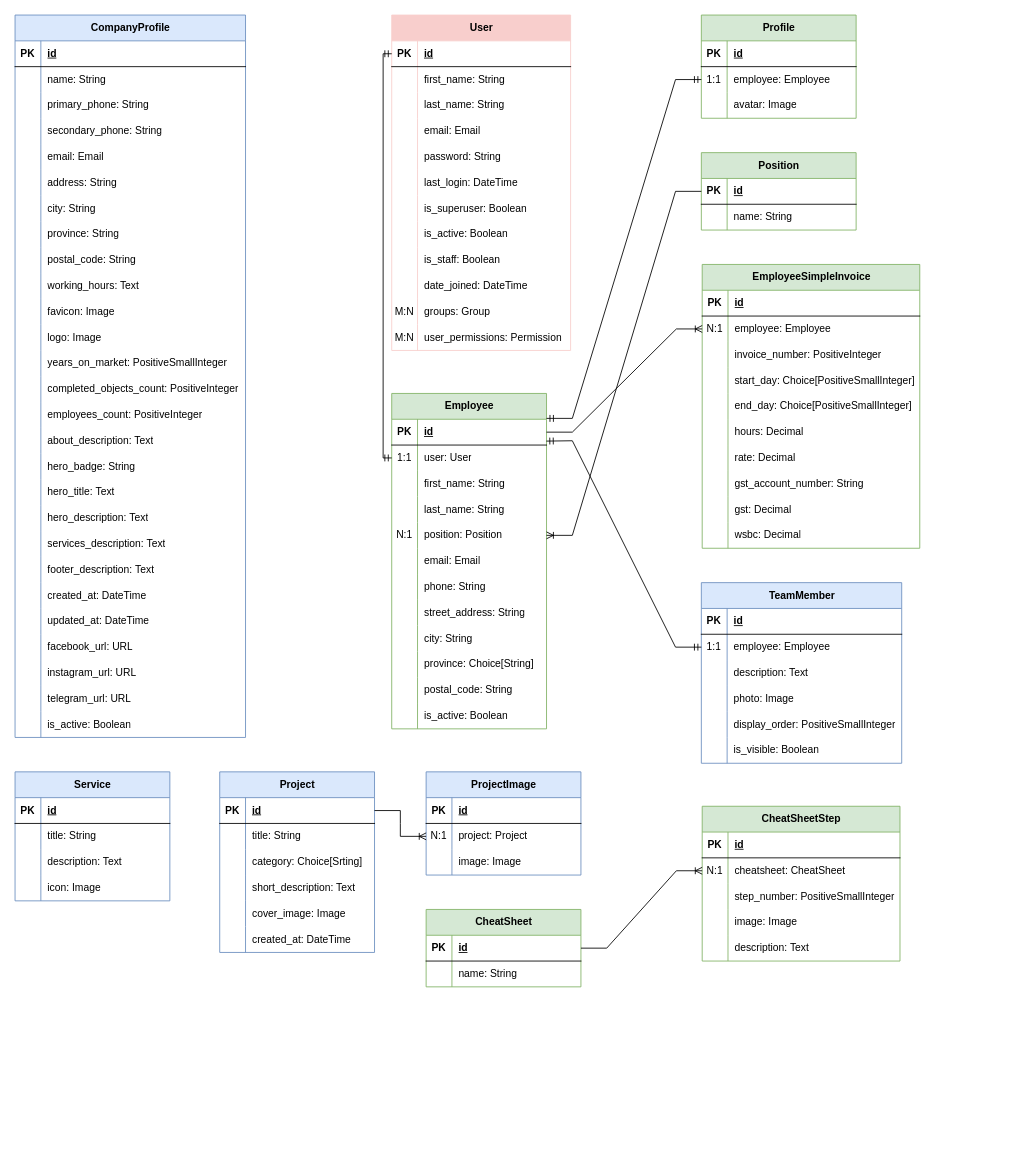
Before: diagrams.drawio in Ananiev-Vitalii/Erbauer-Inc, a draw.io diagram. Source tidied: cells renumbered, new cells numbered last; positions are measured from the earlier drawing's top-left corner, leaving out a move shared by most shapes. Both pictures are drawn from the tidied source at 86%, with x=0, y=0 at pixel (15, 15).
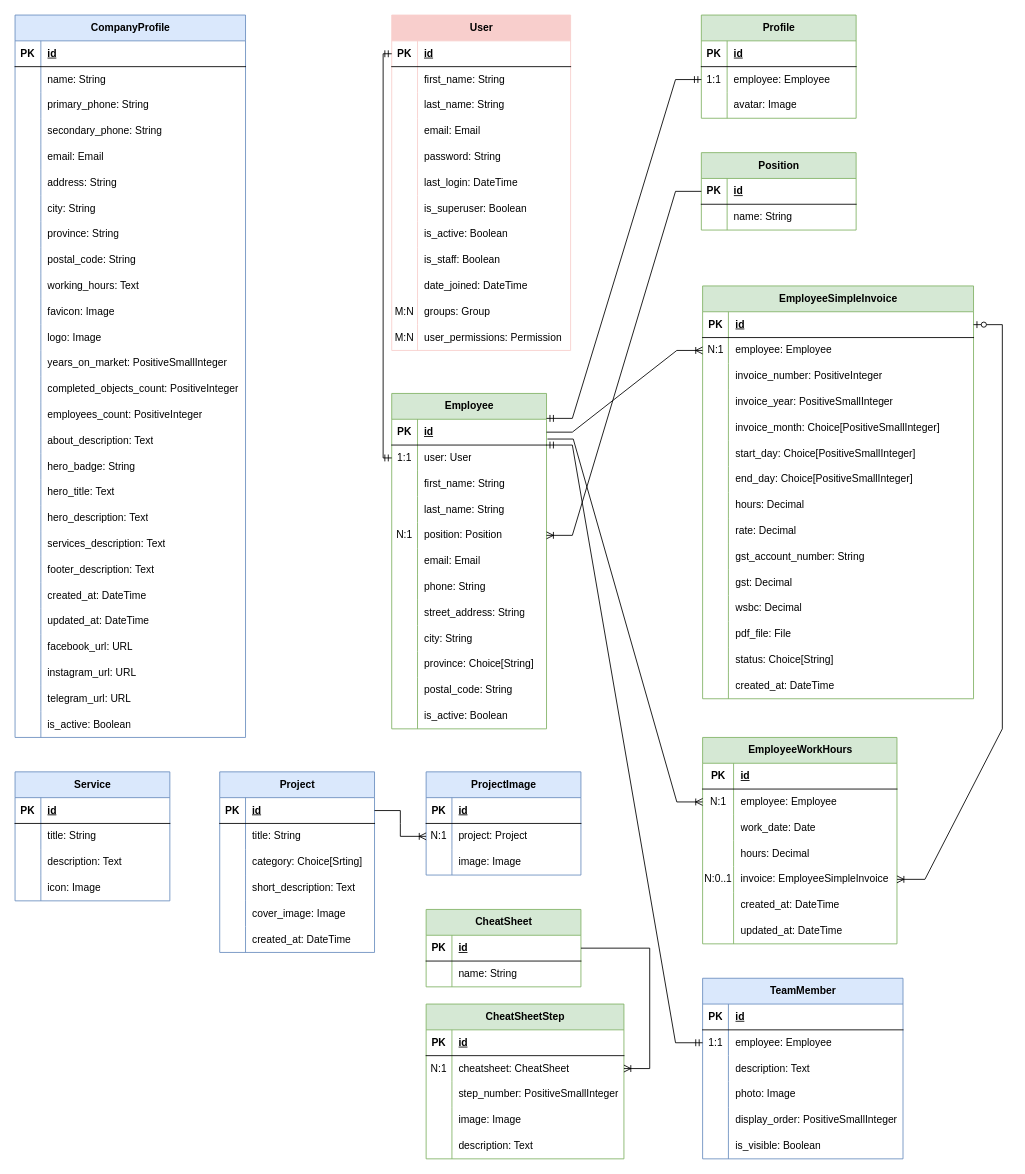
The same page after the edit.

The change refers to these unchanged cells:
```xml
<mxCell id="125" style="shape=tableRow;horizontal=0;startSize=0;swimlaneHead=0;swimlaneBody=0;fillColor=none;points=[[0,0.5],[1,0.5]];portConstraint=eastwest;top=0;left=0;right=0;bottom=0;" parent="121" vertex="1">
  <mxGeometry y="60" width="233" height="30" as="geometry" />
</mxCell>
<mxCell id="191" style="shape=tableRow;horizontal=0;startSize=0;swimlaneHead=0;swimlaneBody=0;fillColor=none;points=[[0,0.5],[1,0.5]];portConstraint=eastwest;top=0;left=0;right=0;bottom=1;" parent="190" vertex="1">
  <mxGeometry y="30" width="180" height="30" as="geometry" />
</mxCell>
<mxCell id="274" style="shape=tableRow;horizontal=0;startSize=0;swimlaneHead=0;swimlaneBody=0;fillColor=none;points=[[0,0.5],[1,0.5]];portConstraint=eastwest;top=0;left=0;right=0;bottom=1;" parent="273" vertex="1">
  <mxGeometry y="30" width="180" height="30" as="geometry" />
</mxCell>
<mxCell id="284" style="shape=tableRow;horizontal=0;startSize=0;swimlaneHead=0;swimlaneBody=0;fillColor=none;points=[[0,0.5],[1,0.5]];portConstraint=eastwest;top=0;left=0;right=0;bottom=0;" parent="280" vertex="1">
  <mxGeometry y="60" width="230" height="30" as="geometry" />
</mxCell>
```

Change to the diagram source:
```diff
@@
     <mxCell id="121" value="TeamMember" style="shape=table;startSize=30;childLayout=tableLayout;rowLines=0;fontStyle=1;align=center;html=1;fillColor=#dae8fc;strokeColor=#6c8ebf;" parent="1" vertex="1">
-      <mxGeometry x="798" y="660" width="233" height="210" as="geometry" />
+      <mxGeometry x="799.5" y="1120" width="233" height="210" as="geometry" />
     </mxCell>
@@
-    <mxCell id="229" style="fontSize=12;html=1;endArrow=ERmandOne;startArrow=ERmandOne;rounded=0;exitX=0;exitY=0.5;exitDx=0;exitDy=0;entryX=0.999;entryY=0.847;entryDx=0;entryDy=0;entryPerimeter=0;" parent="1" edge="1" source="125" target="191">
+    <mxCell id="229" style="fontSize=12;html=1;endArrow=ERmandOne;startArrow=ERmandOne;rounded=0;exitX=0;exitY=0.5;exitDx=0;exitDy=0;" parent="1" edge="1" source="125">
       <mxGeometry relative="1" as="geometry">
+        <mxPoint x="618" y="500" as="targetPoint" />
         <Array as="points">
-          <mxPoint x="768" y="735" />
-          <mxPoint x="648" y="495" />
+          <mxPoint x="768" y="1195" />
+          <mxPoint x="648" y="500" />
         </Array>
       </mxGeometry>
     </mxCell>
@@
     <mxCell id="241" value="EmployeeSimpleInvoice" style="shape=table;startSize=30;childLayout=tableLayout;rowLines=0;fontStyle=1;align=center;html=1;fillColor=#d5e8d4;strokeColor=#82b366;" parent="1" vertex="1">
-      <mxGeometry x="799" y="290" width="253" height="330" as="geometry" />
+      <mxGeometry x="799.5" y="315" width="315" height="480" as="geometry" />
     </mxCell>
     <mxCell id="242" style="shape=tableRow;horizontal=0;startSize=0;swimlaneHead=0;swimlaneBody=0;fillColor=none;points=[[0,0.5],[1,0.5]];portConstraint=eastwest;top=0;left=0;right=0;bottom=1;" parent="241" vertex="1">
-      <mxGeometry y="30" width="253" height="30" as="geometry" />
+      <mxGeometry y="30" width="315" height="30" as="geometry" />
     </mxCell>
@@
     <mxCell id="244" value="id" style="shape=partialRectangle;fillColor=none;top=0;left=0;bottom=0;right=0;align=left;spacingLeft=6;fontStyle=5;overflow=hidden;whiteSpace=wrap;html=1;" parent="242" vertex="1">
-      <mxGeometry x="30" width="223" height="30" as="geometry" />
+      <mxGeometry x="30" width="285" height="30" as="geometry" />
     </mxCell>
     <mxCell id="245" style="shape=tableRow;horizontal=0;startSize=0;swimlaneHead=0;swimlaneBody=0;fillColor=none;points=[[0,0.5],[1,0.5]];portConstraint=eastwest;top=0;left=0;right=0;bottom=0;" parent="241" vertex="1">
-      <mxGeometry y="60" width="253" height="30" as="geometry" />
+      <mxGeometry y="60" width="315" height="30" as="geometry" />
     </mxCell>
@@
     <mxCell id="247" value="employee:&amp;nbsp;Employee" style="shape=partialRectangle;fillColor=none;top=0;left=0;bottom=0;right=0;align=left;spacingLeft=6;overflow=hidden;whiteSpace=wrap;html=1;" parent="245" vertex="1">
-      <mxGeometry x="30" width="223" height="30" as="geometry" />
+      <mxGeometry x="30" width="285" height="30" as="geometry" />
     </mxCell>
     <mxCell id="248" style="shape=tableRow;horizontal=0;startSize=0;swimlaneHead=0;swimlaneBody=0;fillColor=none;top=0;left=0;right=0;bottom=0;" parent="241" vertex="1">
-      <mxGeometry y="90" width="253" height="30" as="geometry" />
+      <mxGeometry y="90" width="315" height="30" as="geometry" />
     </mxCell>
@@
     <mxCell id="250" value="invoice_number:&amp;nbsp;PositiveInteger" style="shape=partialRectangle;fillColor=none;top=0;left=0;bottom=0;right=0;align=left;spacingLeft=6;overflow=hidden;whiteSpace=wrap;html=1;" parent="248" vertex="1">
-      <mxGeometry x="30" width="223" height="30" as="geometry" />
+      <mxGeometry x="30" width="285" height="30" as="geometry" />
     </mxCell>
+    <mxCell id="297" style="shape=tableRow;horizontal=0;startSize=0;swimlaneHead=0;swimlaneBody=0;fillColor=none;top=0;left=0;right=0;bottom=0;" parent="241" vertex="1">
+      <mxGeometry y="120" width="315" height="30" as="geometry" />
+    </mxCell>
+    <mxCell id="298" style="shape=partialRectangle;fillColor=none;top=0;left=0;bottom=0;right=0;overflow=hidden;whiteSpace=wrap;html=1;" parent="297" vertex="1">
+      <mxGeometry width="30" height="30" as="geometry" />
+    </mxCell>
+    <mxCell id="299" value="invoice_year: PositiveSmallInteger" style="shape=partialRectangle;fillColor=none;top=0;left=0;bottom=0;right=0;align=left;spacingLeft=6;overflow=hidden;whiteSpace=wrap;html=1;" parent="297" vertex="1">
+      <mxGeometry x="30" width="285" height="30" as="geometry" />
+    </mxCell>
+    <mxCell id="300" style="shape=tableRow;horizontal=0;startSize=0;swimlaneHead=0;swimlaneBody=0;fillColor=none;top=0;left=0;right=0;bottom=0;" parent="241" vertex="1">
+      <mxGeometry y="150" width="315" height="30" as="geometry" />
+    </mxCell>
+    <mxCell id="301" style="shape=partialRectangle;fillColor=none;top=0;left=0;bottom=0;right=0;overflow=hidden;whiteSpace=wrap;html=1;" parent="300" vertex="1">
+      <mxGeometry width="30" height="30" as="geometry" />
+    </mxCell>
+    <mxCell id="302" value="invoice_month: Choice[PositiveSmallInteger]" style="shape=partialRectangle;fillColor=none;top=0;left=0;bottom=0;right=0;align=left;spacingLeft=6;overflow=hidden;whiteSpace=wrap;html=1;" parent="300" vertex="1">
+      <mxGeometry x="30" width="285" height="30" as="geometry" />
+    </mxCell>
     <mxCell id="251" style="shape=tableRow;horizontal=0;startSize=0;swimlaneHead=0;swimlaneBody=0;fillColor=none;top=0;left=0;right=0;bottom=0;" parent="241" vertex="1">
-      <mxGeometry y="120" width="253" height="30" as="geometry" />
+      <mxGeometry y="180" width="315" height="30" as="geometry" />
     </mxCell>
@@
     <mxCell id="253" value="start_day:&amp;nbsp;Choice[PositiveSmallInteger]" style="shape=partialRectangle;fillColor=none;top=0;left=0;bottom=0;right=0;align=left;spacingLeft=6;overflow=hidden;whiteSpace=wrap;html=1;" parent="251" vertex="1">
-      <mxGeometry x="30" width="223" height="30" as="geometry" />
+      <mxGeometry x="30" width="285" height="30" as="geometry" />
     </mxCell>
     <mxCell id="254" style="shape=tableRow;horizontal=0;startSize=0;swimlaneHead=0;swimlaneBody=0;fillColor=none;top=0;left=0;right=0;bottom=0;" parent="241" vertex="1">
-      <mxGeometry y="150" width="253" height="30" as="geometry" />
+      <mxGeometry y="210" width="315" height="30" as="geometry" />
     </mxCell>
@@
     <mxCell id="256" value="end_day:&amp;nbsp;Choice[PositiveSmallInteger]" style="shape=partialRectangle;fillColor=none;top=0;left=0;bottom=0;right=0;align=left;spacingLeft=6;overflow=hidden;whiteSpace=wrap;html=1;" parent="254" vertex="1">
-      <mxGeometry x="30" width="223" height="30" as="geometry" />
+      <mxGeometry x="30" width="285" height="30" as="geometry" />
     </mxCell>
     <mxCell id="257" style="shape=tableRow;horizontal=0;startSize=0;swimlaneHead=0;swimlaneBody=0;fillColor=none;top=0;left=0;right=0;bottom=0;" parent="241" vertex="1">
-      <mxGeometry y="180" width="253" height="30" as="geometry" />
+      <mxGeometry y="240" width="315" height="30" as="geometry" />
     </mxCell>
@@
     <mxCell id="259" value="hours:&amp;nbsp;Decimal" style="shape=partialRectangle;fillColor=none;top=0;left=0;bottom=0;right=0;align=left;spacingLeft=6;overflow=hidden;whiteSpace=wrap;html=1;" parent="257" vertex="1">
-      <mxGeometry x="30" width="223" height="30" as="geometry" />
+      <mxGeometry x="30" width="285" height="30" as="geometry" />
     </mxCell>
     <mxCell id="260" style="shape=tableRow;horizontal=0;startSize=0;swimlaneHead=0;swimlaneBody=0;fillColor=none;top=0;left=0;right=0;bottom=0;" parent="241" vertex="1">
-      <mxGeometry y="210" width="253" height="30" as="geometry" />
+      <mxGeometry y="270" width="315" height="30" as="geometry" />
     </mxCell>
@@
     <mxCell id="262" value="rate:&amp;nbsp;Decimal" style="shape=partialRectangle;fillColor=none;top=0;left=0;bottom=0;right=0;align=left;spacingLeft=6;overflow=hidden;whiteSpace=wrap;html=1;" parent="260" vertex="1">
-      <mxGeometry x="30" width="223" height="30" as="geometry" />
+      <mxGeometry x="30" width="285" height="30" as="geometry" />
     </mxCell>
     <mxCell id="263" style="shape=tableRow;horizontal=0;startSize=0;swimlaneHead=0;swimlaneBody=0;fillColor=none;top=0;left=0;right=0;bottom=0;" parent="241" vertex="1">
-      <mxGeometry y="240" width="253" height="30" as="geometry" />
+      <mxGeometry y="300" width="315" height="30" as="geometry" />
     </mxCell>
@@
     <mxCell id="265" value="gst_account_number:&amp;nbsp;String" style="shape=partialRectangle;fillColor=none;top=0;left=0;bottom=0;right=0;align=left;spacingLeft=6;overflow=hidden;whiteSpace=wrap;html=1;" parent="263" vertex="1">
-      <mxGeometry x="30" width="223" height="30" as="geometry" />
+      <mxGeometry x="30" width="285" height="30" as="geometry" />
     </mxCell>
     <mxCell id="266" style="shape=tableRow;horizontal=0;startSize=0;swimlaneHead=0;swimlaneBody=0;fillColor=none;top=0;left=0;right=0;bottom=0;" parent="241" vertex="1">
-      <mxGeometry y="270" width="253" height="30" as="geometry" />
+      <mxGeometry y="330" width="315" height="30" as="geometry" />
     </mxCell>
@@
     <mxCell id="268" value="gst:&amp;nbsp;Decimal" style="shape=partialRectangle;fillColor=none;top=0;left=0;bottom=0;right=0;align=left;spacingLeft=6;overflow=hidden;whiteSpace=wrap;html=1;" parent="266" vertex="1">
-      <mxGeometry x="30" width="223" height="30" as="geometry" />
+      <mxGeometry x="30" width="285" height="30" as="geometry" />
     </mxCell>
     <mxCell id="269" style="shape=tableRow;horizontal=0;startSize=0;swimlaneHead=0;swimlaneBody=0;fillColor=none;top=0;left=0;right=0;bottom=0;" parent="241" vertex="1">
-      <mxGeometry y="300" width="253" height="30" as="geometry" />
+      <mxGeometry y="360" width="315" height="30" as="geometry" />
     </mxCell>
@@
     <mxCell id="271" value="wsbc:&amp;nbsp;Decimal" style="shape=partialRectangle;fillColor=none;top=0;left=0;bottom=0;right=0;align=left;spacingLeft=6;overflow=hidden;whiteSpace=wrap;html=1;" parent="269" vertex="1">
-      <mxGeometry x="30" width="223" height="30" as="geometry" />
+      <mxGeometry x="30" width="285" height="30" as="geometry" />
     </mxCell>
+    <mxCell id="303" style="shape=tableRow;horizontal=0;startSize=0;swimlaneHead=0;swimlaneBody=0;fillColor=none;top=0;left=0;right=0;bottom=0;" parent="241" vertex="1">
+      <mxGeometry y="390" width="315" height="30" as="geometry" />
+    </mxCell>
+    <mxCell id="304" style="shape=partialRectangle;fillColor=none;top=0;left=0;bottom=0;right=0;overflow=hidden;whiteSpace=wrap;html=1;" parent="303" vertex="1">
+      <mxGeometry width="30" height="30" as="geometry" />
+    </mxCell>
+    <mxCell id="305" value="pdf_file: File" style="shape=partialRectangle;fillColor=none;top=0;left=0;bottom=0;right=0;align=left;spacingLeft=6;overflow=hidden;whiteSpace=wrap;html=1;" parent="303" vertex="1">
+      <mxGeometry x="30" width="285" height="30" as="geometry" />
+    </mxCell>
+    <mxCell id="306" style="shape=tableRow;horizontal=0;startSize=0;swimlaneHead=0;swimlaneBody=0;fillColor=none;top=0;left=0;right=0;bottom=0;" parent="241" vertex="1">
+      <mxGeometry y="420" width="315" height="30" as="geometry" />
+    </mxCell>
+    <mxCell id="307" style="shape=partialRectangle;fillColor=none;top=0;left=0;bottom=0;right=0;overflow=hidden;whiteSpace=wrap;html=1;" parent="306" vertex="1">
+      <mxGeometry width="30" height="30" as="geometry" />
+    </mxCell>
+    <mxCell id="308" value="status: Choice[String]" style="shape=partialRectangle;fillColor=none;top=0;left=0;bottom=0;right=0;align=left;spacingLeft=6;overflow=hidden;whiteSpace=wrap;html=1;" parent="306" vertex="1">
+      <mxGeometry x="30" width="285" height="30" as="geometry" />
+    </mxCell>
+    <mxCell id="309" style="shape=tableRow;horizontal=0;startSize=0;swimlaneHead=0;swimlaneBody=0;fillColor=none;top=0;left=0;right=0;bottom=0;" parent="241" vertex="1">
+      <mxGeometry y="450" width="315" height="30" as="geometry" />
+    </mxCell>
+    <mxCell id="310" style="shape=partialRectangle;fillColor=none;top=0;left=0;bottom=0;right=0;overflow=hidden;whiteSpace=wrap;html=1;" parent="309" vertex="1">
+      <mxGeometry width="30" height="30" as="geometry" />
+    </mxCell>
+    <mxCell id="311" value="created_at:&amp;nbsp;DateTime" style="shape=partialRectangle;fillColor=none;top=0;left=0;bottom=0;right=0;align=left;spacingLeft=6;overflow=hidden;whiteSpace=wrap;html=1;" parent="309" vertex="1">
+      <mxGeometry x="30" width="285" height="30" as="geometry" />
+    </mxCell>
@@
     <mxCell id="280" value="CheatSheetStep" style="shape=table;startSize=30;childLayout=tableLayout;rowLines=0;fontStyle=1;align=center;html=1;fillColor=#d5e8d4;strokeColor=#82b366;" parent="1" vertex="1">
-      <mxGeometry x="799" y="920" width="230" height="180" as="geometry" />
+      <mxGeometry x="478" y="1150" width="230" height="180" as="geometry" />
     </mxCell>
@@
-    <mxCell id="296" style="edgeStyle=entityRelationEdgeStyle;fontSize=12;html=1;endArrow=ERoneToMany;rounded=0;entryX=0;entryY=0.5;entryDx=0;entryDy=0;exitX=1;exitY=0.5;exitDx=0;exitDy=0;" parent="1" edge="1" source="274" target="284">
+    <mxCell id="296" style="edgeStyle=entityRelationEdgeStyle;fontSize=12;html=1;endArrow=ERoneToMany;rounded=0;exitX=1;exitY=0.5;exitDx=0;exitDy=0;" parent="1" edge="1" source="274" target="284">
       <mxGeometry relative="1" as="geometry" />
     </mxCell>
+    <mxCell id="312" value="EmployeeWorkHours" style="shape=table;startSize=30;childLayout=tableLayout;rowLines=0;fontStyle=1;align=center;html=1;fillColor=#d5e8d4;strokeColor=#82b366;" parent="1" vertex="1">
+      <mxGeometry x="799.5" y="840" width="226" height="240" as="geometry" />
+    </mxCell>
+    <mxCell id="313" style="shape=tableRow;horizontal=0;startSize=0;swimlaneHead=0;swimlaneBody=0;fillColor=none;top=0;left=0;right=0;bottom=1;" parent="312" vertex="1">
+      <mxGeometry y="30" width="226" height="30" as="geometry" />
+    </mxCell>
+    <mxCell id="314" value="PK" style="shape=partialRectangle;fillColor=none;top=0;left=0;bottom=0;right=0;fontStyle=1;overflow=hidden;whiteSpace=wrap;html=1;" parent="313" vertex="1">
+      <mxGeometry width="36" height="30" as="geometry" />
+    </mxCell>
+    <mxCell id="315" value="id" style="shape=partialRectangle;fillColor=none;top=0;left=0;bottom=0;right=0;align=left;spacingLeft=6;fontStyle=5;overflow=hidden;whiteSpace=wrap;html=1;" parent="313" vertex="1">
+      <mxGeometry x="36" width="190" height="30" as="geometry" />
+    </mxCell>
+    <mxCell id="316" style="shape=tableRow;horizontal=0;startSize=0;swimlaneHead=0;swimlaneBody=0;fillColor=none;points=[[0,0.5],[1,0.5]];portConstraint=eastwest;top=0;left=0;right=0;bottom=0;" parent="312" vertex="1">
+      <mxGeometry y="60" width="226" height="30" as="geometry" />
+    </mxCell>
+    <mxCell id="317" value="N:1" style="shape=partialRectangle;fillColor=none;top=0;left=0;bottom=0;right=0;overflow=hidden;whiteSpace=wrap;html=1;" parent="316" vertex="1">
+      <mxGeometry width="36" height="30" as="geometry" />
+    </mxCell>
+    <mxCell id="318" value="employee: Employee" style="shape=partialRectangle;fillColor=none;top=0;left=0;bottom=0;right=0;align=left;spacingLeft=6;overflow=hidden;whiteSpace=wrap;html=1;" parent="316" vertex="1">
+      <mxGeometry x="36" width="190" height="30" as="geometry" />
+    </mxCell>
+    <mxCell id="319" style="shape=tableRow;horizontal=0;startSize=0;swimlaneHead=0;swimlaneBody=0;fillColor=none;top=0;left=0;right=0;bottom=0;" parent="312" vertex="1">
+      <mxGeometry y="90" width="226" height="30" as="geometry" />
+    </mxCell>
+    <mxCell id="320" style="shape=partialRectangle;fillColor=none;top=0;left=0;bottom=0;right=0;overflow=hidden;whiteSpace=wrap;html=1;" parent="319" vertex="1">
+      <mxGeometry width="36" height="30" as="geometry" />
+    </mxCell>
+    <mxCell id="321" value="work_date: Date" style="shape=partialRectangle;fillColor=none;top=0;left=0;bottom=0;right=0;align=left;spacingLeft=6;overflow=hidden;whiteSpace=wrap;html=1;" parent="319" vertex="1">
+      <mxGeometry x="36" width="190" height="30" as="geometry" />
+    </mxCell>
+    <mxCell id="322" style="shape=tableRow;horizontal=0;startSize=0;swimlaneHead=0;swimlaneBody=0;fillColor=none;top=0;left=0;right=0;bottom=0;" parent="312" vertex="1">
+      <mxGeometry y="120" width="226" height="30" as="geometry" />
+    </mxCell>
+    <mxCell id="323" style="shape=partialRectangle;fillColor=none;top=0;left=0;bottom=0;right=0;overflow=hidden;whiteSpace=wrap;html=1;" parent="322" vertex="1">
+      <mxGeometry width="36" height="30" as="geometry" />
+    </mxCell>
+    <mxCell id="324" value="hours: Decimal" style="shape=partialRectangle;fillColor=none;top=0;left=0;bottom=0;right=0;align=left;spacingLeft=6;overflow=hidden;whiteSpace=wrap;html=1;" parent="322" vertex="1">
+      <mxGeometry x="36" width="190" height="30" as="geometry" />
+    </mxCell>
+    <mxCell id="325" style="shape=tableRow;horizontal=0;startSize=0;swimlaneHead=0;swimlaneBody=0;fillColor=none;points=[[0,0.5],[1,0.5]];portConstraint=eastwest;top=0;left=0;right=0;bottom=0;" parent="312" vertex="1">
+      <mxGeometry y="150" width="226" height="30" as="geometry" />
+    </mxCell>
+    <mxCell id="326" value="N:0..1" style="shape=partialRectangle;fillColor=none;top=0;left=0;bottom=0;right=0;overflow=hidden;whiteSpace=wrap;html=1;" parent="325" vertex="1">
+      <mxGeometry width="36" height="30" as="geometry" />
+    </mxCell>
+    <mxCell id="327" value="invoice: EmployeeSimpleInvoice" style="shape=partialRectangle;fillColor=none;top=0;left=0;bottom=0;right=0;align=left;spacingLeft=6;overflow=hidden;whiteSpace=wrap;html=1;" parent="325" vertex="1">
+      <mxGeometry x="36" width="190" height="30" as="geometry" />
+    </mxCell>
+    <mxCell id="328" style="shape=tableRow;horizontal=0;startSize=0;swimlaneHead=0;swimlaneBody=0;fillColor=none;top=0;left=0;right=0;bottom=0;" parent="312" vertex="1">
+      <mxGeometry y="180" width="226" height="30" as="geometry" />
+    </mxCell>
+    <mxCell id="329" style="shape=partialRectangle;fillColor=none;top=0;left=0;bottom=0;right=0;overflow=hidden;whiteSpace=wrap;html=1;" parent="328" vertex="1">
+      <mxGeometry width="36" height="30" as="geometry" />
+    </mxCell>
+    <mxCell id="330" value="created_at: DateTime" style="shape=partialRectangle;fillColor=none;top=0;left=0;bottom=0;right=0;align=left;spacingLeft=6;overflow=hidden;whiteSpace=wrap;html=1;" parent="328" vertex="1">
+      <mxGeometry x="36" width="190" height="30" as="geometry" />
+    </mxCell>
+    <mxCell id="331" style="shape=tableRow;horizontal=0;startSize=0;swimlaneHead=0;swimlaneBody=0;fillColor=none;top=0;left=0;right=0;bottom=0;" parent="312" vertex="1">
+      <mxGeometry y="210" width="226" height="30" as="geometry" />
+    </mxCell>
+    <mxCell id="332" style="shape=partialRectangle;fillColor=none;top=0;left=0;bottom=0;right=0;overflow=hidden;whiteSpace=wrap;html=1;" parent="331" vertex="1">
+      <mxGeometry width="36" height="30" as="geometry" />
+    </mxCell>
+    <mxCell id="333" value="updated_at: DateTime" style="shape=partialRectangle;fillColor=none;top=0;left=0;bottom=0;right=0;align=left;spacingLeft=6;overflow=hidden;whiteSpace=wrap;html=1;" parent="331" vertex="1">
+      <mxGeometry x="36" width="190" height="30" as="geometry" />
+    </mxCell>
+    <mxCell id="334" style="edgeStyle=entityRelationEdgeStyle;fontSize=12;html=1;endArrow=ERoneToMany;rounded=0;entryX=0;entryY=0.5;entryDx=0;entryDy=0;exitX=1.006;exitY=0.767;exitDx=0;exitDy=0;exitPerimeter=0;" parent="1" edge="1" source="191" target="316">
+      <mxGeometry relative="1" as="geometry">
+        <Array as="points">
+          <mxPoint x="638" y="520" />
+        </Array>
+      </mxGeometry>
+    </mxCell>
+    <mxCell id="335" style="fontSize=12;html=1;startArrow=ERzeroToOne;endArrow=ERoneToMany;rounded=0;entryX=1;entryY=0.5;entryDx=0;entryDy=0;exitX=1;exitY=0.5;exitDx=0;exitDy=0;" parent="1" edge="1" source="242" target="325">
+      <mxGeometry relative="1" as="geometry">
+        <Array as="points">
+          <mxPoint x="1148" y="360" />
+          <mxPoint x="1148" y="830" />
+          <mxPoint x="1058" y="1005" />
+        </Array>
+      </mxGeometry>
+    </mxCell>
```
